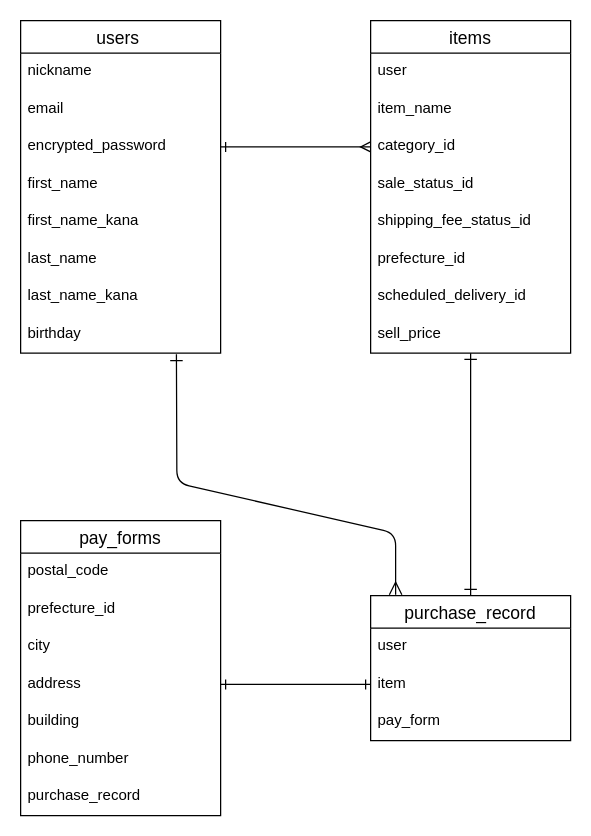
Earlier version of the draw.io diagram app/ER.dio (Genki4614/furima-40394). Source tidied: cells renumbered, new cells numbered last; positions are measured from the earlier drawing's top-left corner, leaving out a move shared by most shapes. Both pictures are drawn from the tidied source at 125%, with x=0, y=0 at pixel (20, 20).
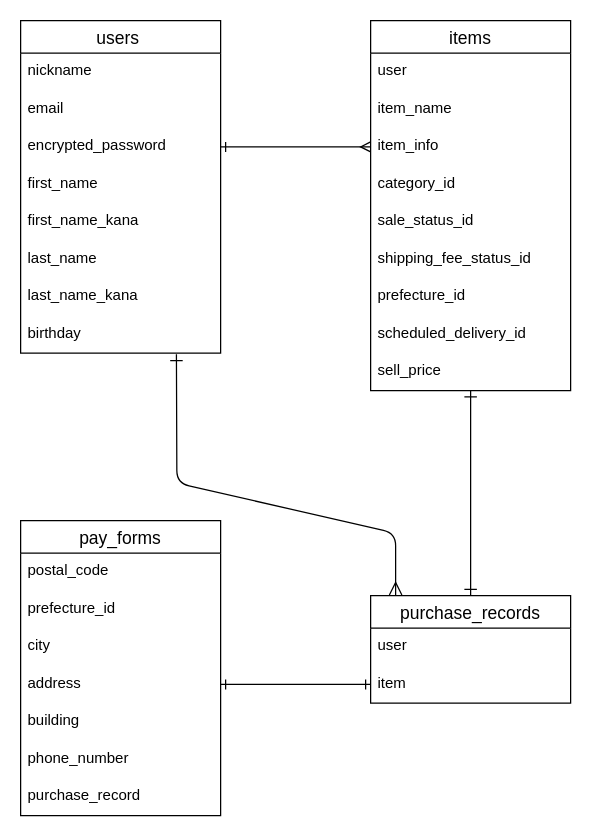
After the change.

Commit message (it also covers changes not shown here):
DB設計ー修正4

The edit, as a diff of the source:
```diff
@@
     <mxCell id="12" value="items" style="swimlane;fontStyle=0;horizontal=1;startSize=26;align=center;fontSize=14;" parent="1" vertex="1">
-      <mxGeometry x="280" width="160" height="266" as="geometry" />
+      <mxGeometry x="280" width="160" height="296" as="geometry" />
     </mxCell>
@@
+    <mxCell id="36" value="item_info" style="text;strokeColor=none;fillColor=none;spacingLeft=4;spacingRight=4;overflow=hidden;fontSize=12;" parent="12" vertex="1">
+      <mxGeometry y="86" width="160" height="30" as="geometry" />
+    </mxCell>
     <mxCell id="15" value="category_id" style="text;strokeColor=none;fillColor=none;spacingLeft=4;spacingRight=4;overflow=hidden;fontSize=12;" parent="12" vertex="1">
-      <mxGeometry y="86" width="160" height="30" as="geometry" />
+      <mxGeometry y="116" width="160" height="30" as="geometry" />
     </mxCell>
     <mxCell id="16" value="sale_status_id" style="text;strokeColor=none;fillColor=none;spacingLeft=4;spacingRight=4;overflow=hidden;fontSize=12;" parent="12" vertex="1">
-      <mxGeometry y="116" width="160" height="30" as="geometry" />
+      <mxGeometry y="146" width="160" height="30" as="geometry" />
     </mxCell>
     <mxCell id="17" value="shipping_fee_status_id" style="text;strokeColor=none;fillColor=none;spacingLeft=4;spacingRight=4;overflow=hidden;fontSize=12;" parent="12" vertex="1">
-      <mxGeometry y="146" width="160" height="30" as="geometry" />
+      <mxGeometry y="176" width="160" height="30" as="geometry" />
     </mxCell>
     <mxCell id="18" value="prefecture_id" style="text;strokeColor=none;fillColor=none;spacingLeft=4;spacingRight=4;overflow=hidden;fontSize=12;" parent="12" vertex="1">
-      <mxGeometry y="176" width="160" height="30" as="geometry" />
+      <mxGeometry y="206" width="160" height="30" as="geometry" />
     </mxCell>
     <mxCell id="19" value="scheduled_delivery_id" style="text;strokeColor=none;fillColor=none;spacingLeft=4;spacingRight=4;overflow=hidden;fontSize=12;" parent="12" vertex="1">
-      <mxGeometry y="206" width="160" height="30" as="geometry" />
+      <mxGeometry y="236" width="160" height="30" as="geometry" />
     </mxCell>
     <mxCell id="20" value="sell_price " style="text;strokeColor=none;fillColor=none;spacingLeft=4;spacingRight=4;overflow=hidden;fontSize=12;" parent="12" vertex="1">
-      <mxGeometry y="236" width="160" height="30" as="geometry" />
+      <mxGeometry y="266" width="160" height="30" as="geometry" />
     </mxCell>
-    <mxCell id="21" value="purchase_record" style="swimlane;fontStyle=0;horizontal=1;startSize=26;align=center;fontSize=14;" parent="1" vertex="1">
-      <mxGeometry x="280" y="460" width="160" height="116" as="geometry" />
+    <mxCell id="21" value="purchase_records" style="swimlane;fontStyle=0;horizontal=1;startSize=26;align=center;fontSize=14;" parent="1" vertex="1">
+      <mxGeometry x="280" y="460" width="160" height="86" as="geometry" />
     </mxCell>
@@
-    <mxCell id="24" value="pay_form" style="text;strokeColor=none;fillColor=none;spacingLeft=4;spacingRight=4;overflow=hidden;fontSize=12;" parent="21" vertex="1">
-      <mxGeometry y="86" width="160" height="30" as="geometry" />
-    </mxCell>
```
